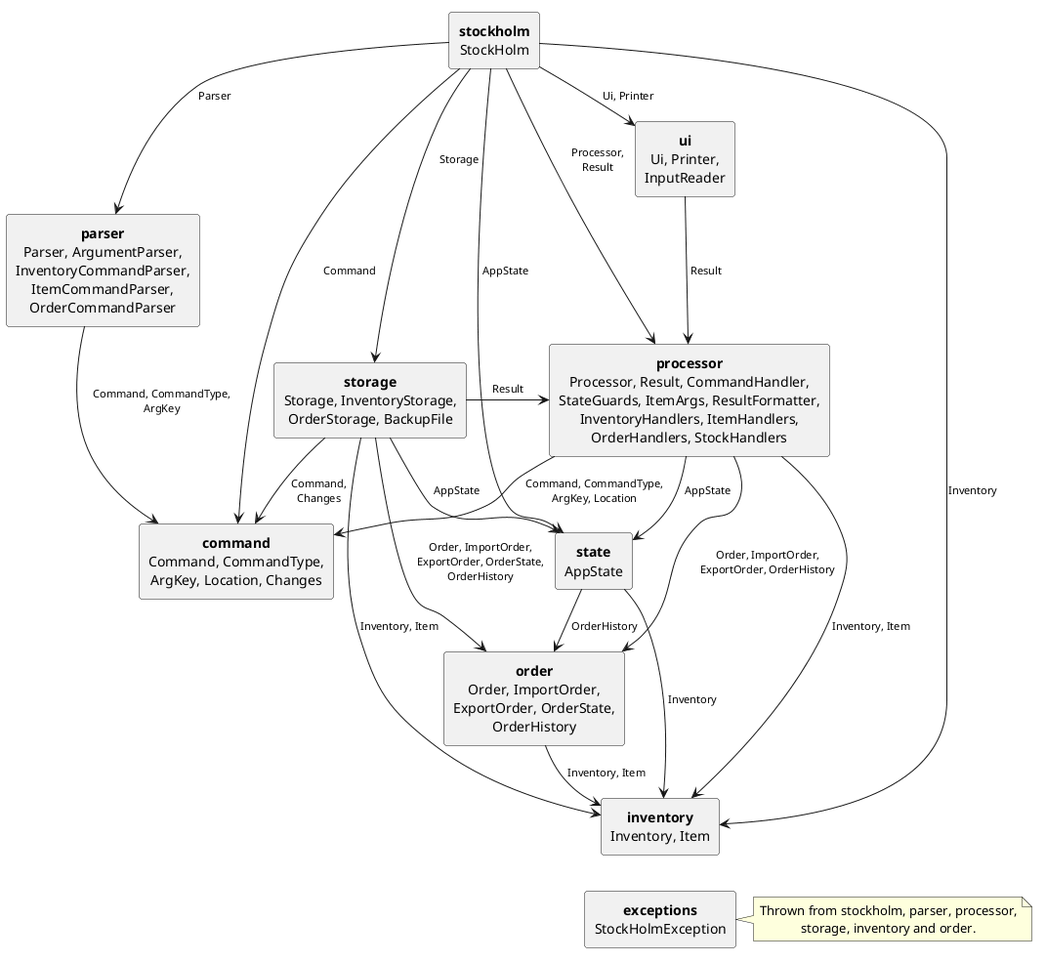
Before: docs/images/CouplingDiagram.png, a diagram exported from PlantUML (AY2627S1-CS2113-W14-4/tp). Its source is kept beside it as docs/diagrams/CouplingDiagram.puml.
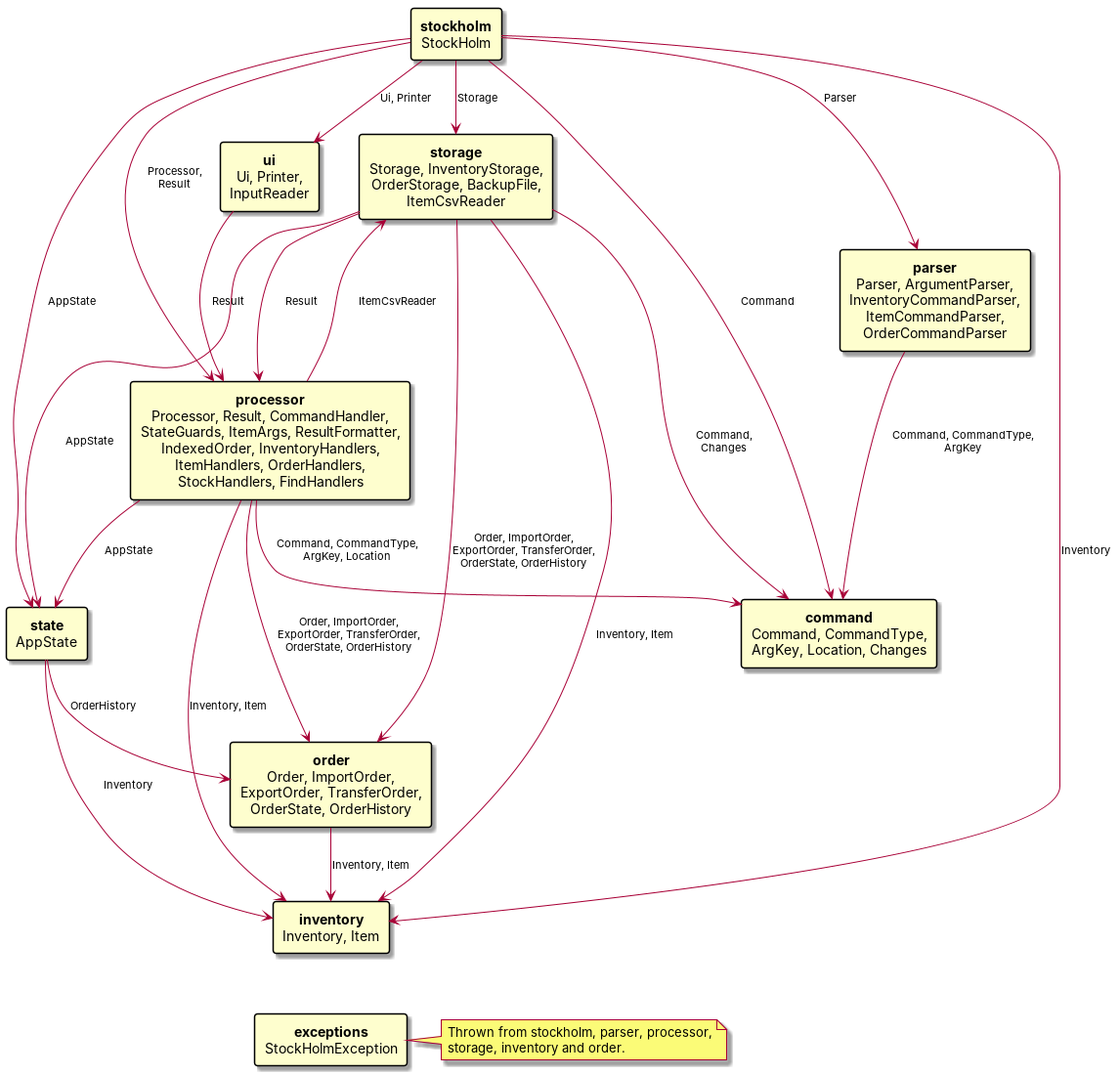
After the change.

Diff of the diagram source:
```diff
@@ -11,11 +11,11 @@
 rectangle "**stockholm**\nStockHolm" as main
 rectangle "**ui**\nUi, Printer,\nInputReader" as ui
 rectangle "**parser**\nParser, ArgumentParser,\nInventoryCommandParser,\nItemCommandParser,\nOrderCommandParser" as parser
-rectangle "**storage**\nStorage, InventoryStorage,\nOrderStorage, BackupFile" as storage
-rectangle "**processor**\nProcessor, Result, CommandHandler,\nStateGuards, ItemArgs, ResultFormatter,\nInventoryHandlers, ItemHandlers,\nOrderHandlers, StockHandlers" as processor
+rectangle "**storage**\nStorage, InventoryStorage,\nOrderStorage, BackupFile,\nItemCsvReader" as storage
+rectangle "**processor**\nProcessor, Result, CommandHandler,\nStateGuards, ItemArgs, ResultFormatter,\nIndexedOrder, InventoryHandlers,\nItemHandlers, OrderHandlers,\nStockHandlers, FindHandlers" as processor
 rectangle "**command**\nCommand, CommandType,\nArgKey, Location, Changes" as command
 rectangle "**state**\nAppState" as state
-rectangle "**order**\nOrder, ImportOrder,\nExportOrder, OrderState,\nOrderHistory" as order
+rectangle "**order**\nOrder, ImportOrder,\nExportOrder, TransferOrder,\nOrderState, OrderHistory" as order
 rectangle "**inventory**\nInventory, Item" as inventory
 rectangle "**exceptions**\nStockHolmException" as exceptions
 
@@ -30,13 +30,14 @@
 ui -down-> processor : Result
 parser -down-> command : Command, CommandType,\nArgKey
 storage -right-> processor : Result
+processor -left-> storage : ItemCsvReader
 storage -down-> command : Command,\nChanges
 storage -down-> state : AppState
-storage -down-> order : Order, ImportOrder,\nExportOrder, OrderState,\nOrderHistory
+storage -down-> order : Order, ImportOrder,\nExportOrder, TransferOrder,\nOrderState, OrderHistory
 storage -down-> inventory : Inventory, Item
 processor -down-> command : Command, CommandType,\nArgKey, Location
 processor -down-> state : AppState
-processor -down-> order : Order, ImportOrder,\nExportOrder, OrderHistory
+processor -down-> order : Order, ImportOrder,\nExportOrder, TransferOrder,\nOrderState, OrderHistory
 processor -down-> inventory : Inventory, Item
 state -down-> inventory : Inventory
 state -down-> order : OrderHistory
```
